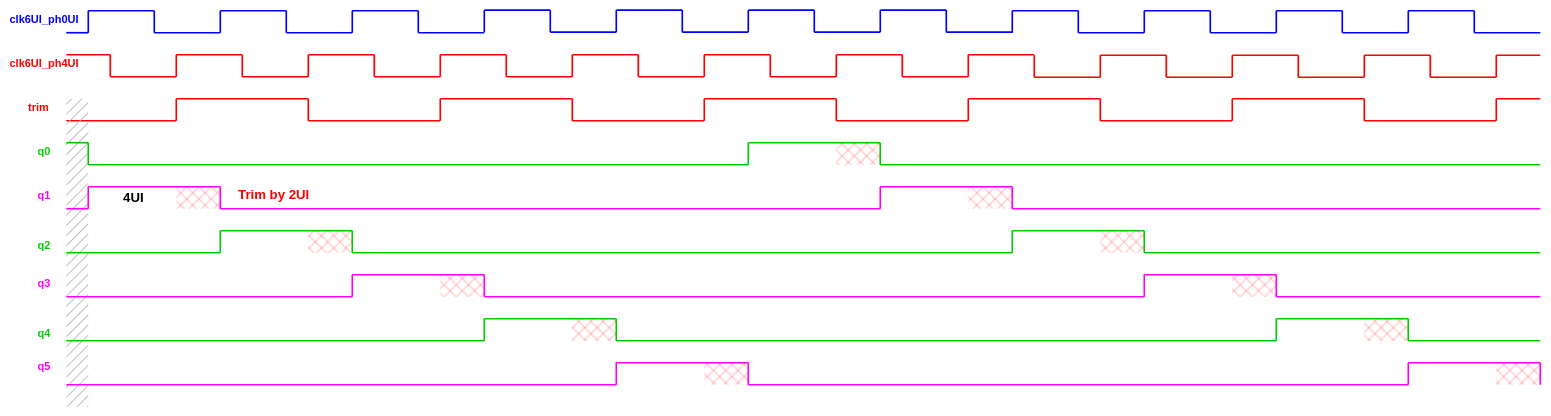
Above: source/_posts/ti-adc/th2ck_36ui_4ui.drawio in raytroop/raytroop.github.io (draw.io), before the change. Source tidied: cells renumbered, new cells numbered last; positions are measured from the earlier drawing's top-left corner, leaving out a move shared by most shapes. Both pictures are drawn from the tidied source at 55%, with x=0, y=0 at pixel (22, 10).
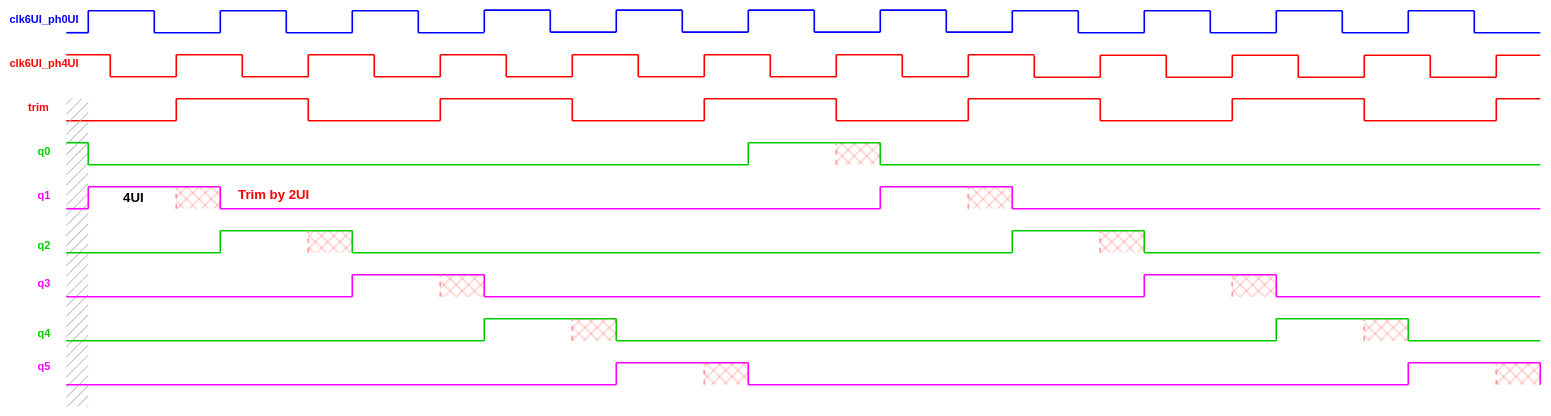
The same page after the edit.

Unchanged cells that the change refers to:
```xml
<mxCell id="182" style="rounded=0;whiteSpace=wrap;html=1;fillColor=#FF0000;fillStyle=cross-hatch;strokeColor=none;" parent="1" vertex="1">
  <mxGeometry x="280" y="321" width="80" height="40" as="geometry" />
</mxCell>
```

Change to the diagram source:
```diff
@@
+    <mxCell id="189" style="endArrow=none;html=1;rounded=0;defaultLabelBackgroundColor=page;exitX=0;exitY=1;exitDx=0;exitDy=0;strokeWidth=3;strokeColor=#FF9999;dashed=1;" parent="1" edge="1" source="182">
+      <mxGeometry relative="1" as="geometry">
+        <mxPoint x="280" y="321" as="targetPoint" />
+      </mxGeometry>
+    </mxCell>
+    <mxCell id="190" style="endArrow=none;html=1;rounded=0;defaultLabelBackgroundColor=page;exitX=0;exitY=1;exitDx=0;exitDy=0;strokeWidth=3;strokeColor=#FF9999;dashed=1;" parent="1" edge="1">
+      <mxGeometry relative="1" as="geometry">
+        <mxPoint x="520" y="441" as="sourcePoint" />
+        <mxPoint x="520" y="401" as="targetPoint" />
+      </mxGeometry>
+    </mxCell>
+    <mxCell id="191" style="endArrow=none;html=1;rounded=0;defaultLabelBackgroundColor=page;exitX=0;exitY=1;exitDx=0;exitDy=0;strokeWidth=3;strokeColor=#FF9999;dashed=1;" parent="1" edge="1">
+      <mxGeometry relative="1" as="geometry">
+        <mxPoint x="760" y="521" as="sourcePoint" />
+        <mxPoint x="760" y="481" as="targetPoint" />
+      </mxGeometry>
+    </mxCell>
+    <mxCell id="192" style="endArrow=none;html=1;rounded=0;defaultLabelBackgroundColor=page;exitX=0;exitY=1;exitDx=0;exitDy=0;strokeWidth=3;strokeColor=#FF9999;dashed=1;" parent="1" edge="1">
+      <mxGeometry relative="1" as="geometry">
+        <mxPoint x="1000" y="601" as="sourcePoint" />
+        <mxPoint x="1000" y="561" as="targetPoint" />
+      </mxGeometry>
+    </mxCell>
+    <mxCell id="193" style="endArrow=none;html=1;rounded=0;defaultLabelBackgroundColor=page;exitX=0;exitY=1;exitDx=0;exitDy=0;strokeWidth=3;strokeColor=#FF9999;dashed=1;" parent="1" edge="1">
+      <mxGeometry relative="1" as="geometry">
+        <mxPoint x="1240" y="681" as="sourcePoint" />
+        <mxPoint x="1240" y="641" as="targetPoint" />
+      </mxGeometry>
+    </mxCell>
+    <mxCell id="194" style="endArrow=none;html=1;rounded=0;defaultLabelBackgroundColor=page;exitX=0;exitY=1;exitDx=0;exitDy=0;strokeWidth=3;strokeColor=#FF9999;dashed=1;" parent="1" edge="1">
+      <mxGeometry relative="1" as="geometry">
+        <mxPoint x="1480" y="281" as="sourcePoint" />
+        <mxPoint x="1480" y="241" as="targetPoint" />
+      </mxGeometry>
+    </mxCell>
+    <mxCell id="195" style="endArrow=none;html=1;rounded=0;defaultLabelBackgroundColor=page;exitX=0;exitY=1;exitDx=0;exitDy=0;strokeWidth=3;strokeColor=#FF9999;dashed=1;" parent="1" edge="1">
+      <mxGeometry relative="1" as="geometry">
+        <mxPoint x="1720" y="361" as="sourcePoint" />
+        <mxPoint x="1720" y="321" as="targetPoint" />
+      </mxGeometry>
+    </mxCell>
+    <mxCell id="196" style="endArrow=none;html=1;rounded=0;defaultLabelBackgroundColor=page;exitX=0;exitY=1;exitDx=0;exitDy=0;strokeWidth=3;strokeColor=#FF9999;dashed=1;" parent="1" edge="1">
+      <mxGeometry relative="1" as="geometry">
+        <mxPoint x="1960" y="441" as="sourcePoint" />
+        <mxPoint x="1960" y="401" as="targetPoint" />
+      </mxGeometry>
+    </mxCell>
+    <mxCell id="197" style="endArrow=none;html=1;rounded=0;defaultLabelBackgroundColor=page;exitX=0;exitY=1;exitDx=0;exitDy=0;strokeWidth=3;strokeColor=#FF9999;dashed=1;" parent="1" edge="1">
+      <mxGeometry relative="1" as="geometry">
+        <mxPoint x="2200" y="521" as="sourcePoint" />
+        <mxPoint x="2200" y="481" as="targetPoint" />
+      </mxGeometry>
+    </mxCell>
+    <mxCell id="198" style="endArrow=none;html=1;rounded=0;defaultLabelBackgroundColor=page;exitX=0;exitY=1;exitDx=0;exitDy=0;strokeWidth=3;strokeColor=#FF9999;dashed=1;" parent="1" edge="1">
+      <mxGeometry relative="1" as="geometry">
+        <mxPoint x="2440" y="601" as="sourcePoint" />
+        <mxPoint x="2440" y="561" as="targetPoint" />
+      </mxGeometry>
+    </mxCell>
+    <mxCell id="199" style="endArrow=none;html=1;rounded=0;defaultLabelBackgroundColor=page;exitX=0;exitY=1;exitDx=0;exitDy=0;strokeWidth=3;strokeColor=#FF9999;dashed=1;" parent="1" edge="1">
+      <mxGeometry relative="1" as="geometry">
+        <mxPoint x="2680" y="681" as="sourcePoint" />
+        <mxPoint x="2680" y="641" as="targetPoint" />
+      </mxGeometry>
+    </mxCell>
```
